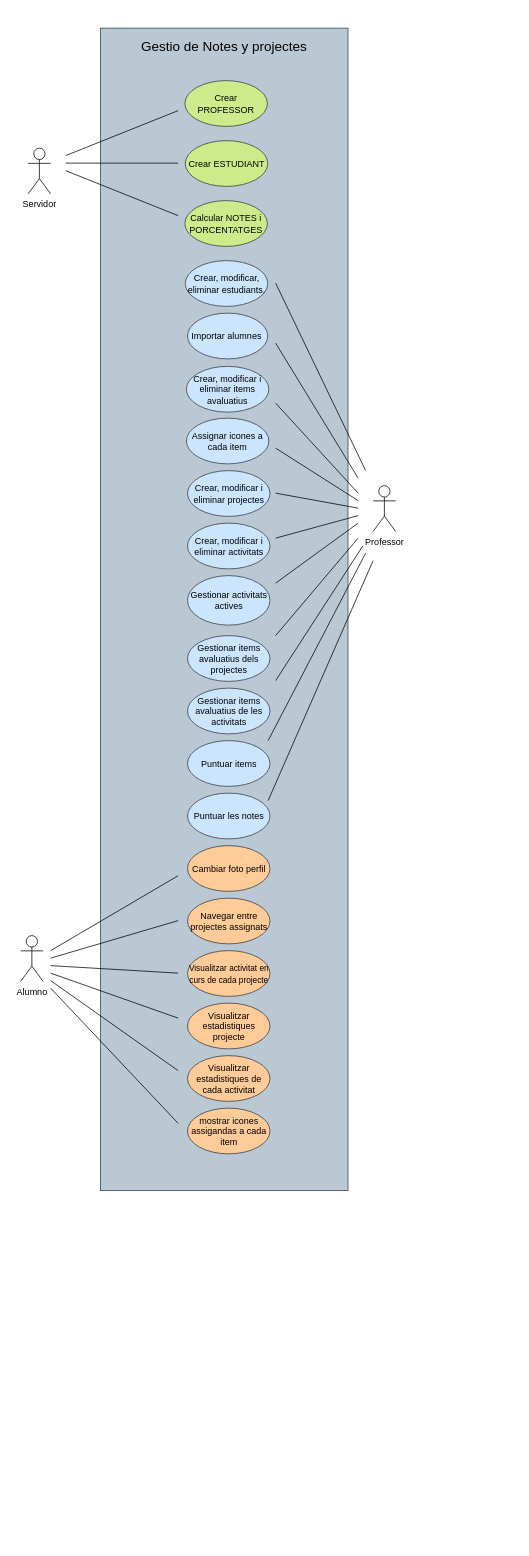
Earlier version of the draw.io diagram Micro02-UML.drawio (MiguelGallardoRevaliente/Micro02). Source tidied: cells renumbered, new cells numbered last; positions are measured from the earlier drawing's top-left corner, leaving out a move shared by most shapes. Both pictures are drawn from the tidied source at 75%, with x=0, y=0 at pixel (20, 28).
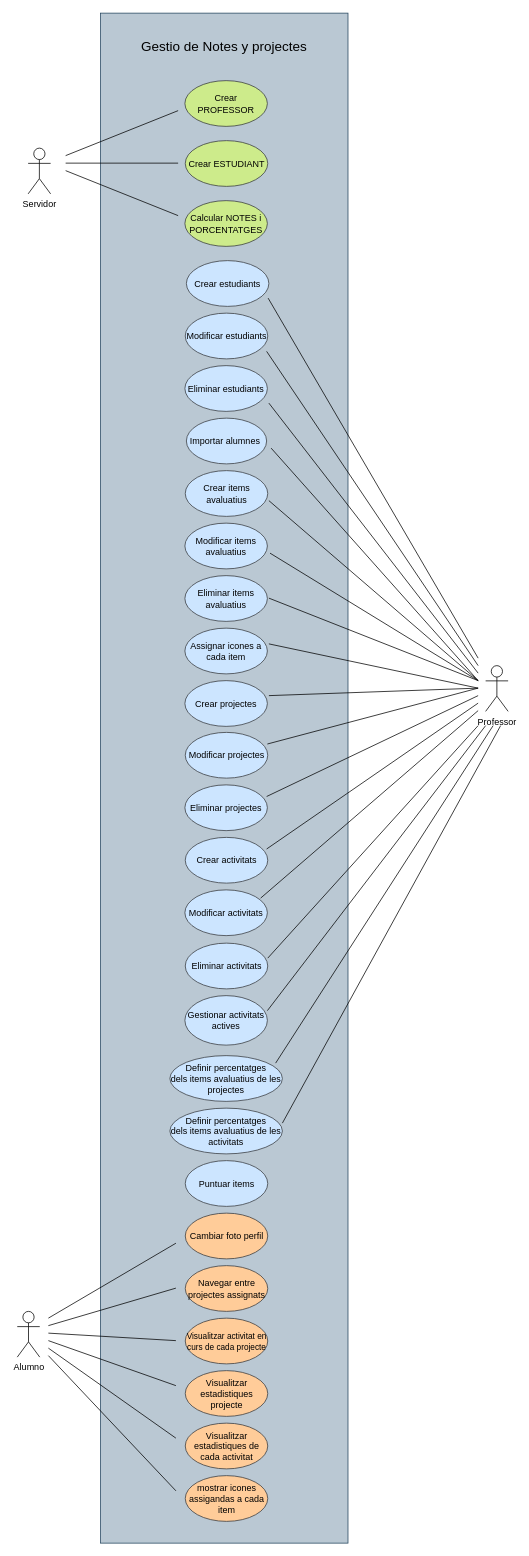
The same page after the edit.

Diff of the diagram source:
```diff
@@
     <mxCell id="2" style="rounded=0;whiteSpace=wrap;html=1;fillColor=#bac8d3;strokeColor=#23445d;" parent="1" vertex="1">
-      <mxGeometry x="106.5" width="330" height="1550" as="geometry" />
+      <mxGeometry x="106.5" y="-20" width="330" height="2040" as="geometry" />
     </mxCell>
     <mxCell id="3" value="Professor" style="shape=umlActor;verticalLabelPosition=bottom;verticalAlign=top;html=1;" parent="1" vertex="1">
-      <mxGeometry x="470" y="610" width="30" height="61" as="geometry" />
+      <mxGeometry x="620" y="850" width="30" height="61" as="geometry" />
     </mxCell>
     <mxCell id="4" value="Alumno" style="shape=umlActor;verticalLabelPosition=bottom;verticalAlign=top;html=1;" parent="1" vertex="1">
-      <mxGeometry y="1210" width="30" height="61" as="geometry" />
+      <mxGeometry x="-4.5" y="1711" width="30" height="61" as="geometry" />
     </mxCell>
@@
-    <mxCell id="6" value="Crear, modificar, eliminar estudiants." style="ellipse;whiteSpace=wrap;html=1;fillColor=#cce5ff;strokeColor=#36393d;" parent="1" vertex="1">
-      <mxGeometry x="219.5" y="310" width="110" height="61" as="geometry" />
-    </mxCell>
     <mxCell id="7" value="Importar alumnes&amp;nbsp;" style="ellipse;whiteSpace=wrap;html=1;fillColor=#cce5ff;strokeColor=#36393d;" parent="1" vertex="1">
-      <mxGeometry x="222.5" y="380" width="107" height="61" as="geometry" />
+      <mxGeometry x="221" y="520" width="107" height="61" as="geometry" />
     </mxCell>
-    <mxCell id="8" value="Crear, modificar i eliminar items avaluatius" style="ellipse;whiteSpace=wrap;html=1;fillColor=#cce5ff;strokeColor=#36393d;" parent="1" vertex="1">
-      <mxGeometry x="221" y="451" width="110" height="61" as="geometry" />
-    </mxCell>
     <mxCell id="9" value="Assignar icones a cada item" style="ellipse;whiteSpace=wrap;html=1;fillColor=#cce5ff;strokeColor=#36393d;" parent="1" vertex="1">
-      <mxGeometry x="221" y="520" width="110" height="61" as="geometry" />
+      <mxGeometry x="219" y="800" width="110" height="61" as="geometry" />
     </mxCell>
-    <mxCell id="10" value="Crear, modificar i eliminar projectes" style="ellipse;whiteSpace=wrap;html=1;fillColor=#cce5ff;strokeColor=#36393d;" parent="1" vertex="1">
-      <mxGeometry x="222.5" y="590" width="110" height="61" as="geometry" />
-    </mxCell>
-    <mxCell id="11" value="Crear, modificar i eliminar activitats" style="ellipse;whiteSpace=wrap;html=1;fillColor=#cce5ff;strokeColor=#36393d;" parent="1" vertex="1">
-      <mxGeometry x="222.5" y="660" width="110" height="61" as="geometry" />
-    </mxCell>
     <mxCell id="12" value="Gestionar activitats actives" style="ellipse;whiteSpace=wrap;html=1;fillColor=#cce5ff;strokeColor=#36393d;" parent="1" vertex="1">
-      <mxGeometry x="222.5" y="730" width="110" height="66" as="geometry" />
+      <mxGeometry x="219" y="1290" width="110" height="66" as="geometry" />
     </mxCell>
-    <mxCell id="13" value="Gestionar items avaluatius dels projectes" style="ellipse;whiteSpace=wrap;html=1;fillColor=#cce5ff;strokeColor=#36393d;" parent="1" vertex="1">
-      <mxGeometry x="222.5" y="810" width="110" height="61" as="geometry" />
+    <mxCell id="13" value="Definir percentatges dels&amp;nbsp;items avaluatius de les projectes" style="ellipse;whiteSpace=wrap;html=1;fillColor=#cce5ff;strokeColor=#36393d;" parent="1" vertex="1">
+      <mxGeometry x="199" y="1370" width="150" height="61" as="geometry" />
     </mxCell>
-    <mxCell id="14" value="Gestionar items avaluatius de les activitats" style="ellipse;whiteSpace=wrap;html=1;fillColor=#cce5ff;strokeColor=#36393d;" parent="1" vertex="1">
-      <mxGeometry x="222.5" y="880" width="110" height="61" as="geometry" />
+    <mxCell id="14" value="Definir percentatges dels&amp;nbsp;items avaluatius de les activitats" style="ellipse;whiteSpace=wrap;html=1;fillColor=#cce5ff;strokeColor=#36393d;" parent="1" vertex="1">
+      <mxGeometry x="199" y="1440" width="150" height="61" as="geometry" />
     </mxCell>
     <mxCell id="15" value="Puntuar items" style="ellipse;whiteSpace=wrap;html=1;fillColor=#cce5ff;strokeColor=#36393d;" parent="1" vertex="1">
-      <mxGeometry x="222.5" y="950" width="110" height="61" as="geometry" />
+      <mxGeometry x="219.5" y="1510" width="110" height="61" as="geometry" />
     </mxCell>
-    <mxCell id="16" value="Puntuar les notes" style="ellipse;whiteSpace=wrap;html=1;fillColor=#cce5ff;strokeColor=#36393d;" parent="1" vertex="1">
-      <mxGeometry x="222.5" y="1020" width="110" height="61" as="geometry" />
-    </mxCell>
     <mxCell id="17" value="Cambiar foto perfil" style="ellipse;whiteSpace=wrap;html=1;fillColor=#ffcc99;strokeColor=#36393d;" parent="1" vertex="1">
-      <mxGeometry x="222.5" y="1090" width="110" height="61" as="geometry" />
+      <mxGeometry x="219.5" y="1580" width="110" height="61" as="geometry" />
     </mxCell>
     <mxCell id="18" value="Navegar entre projectes assignats" style="ellipse;whiteSpace=wrap;html=1;fillColor=#ffcc99;strokeColor=#36393d;" parent="1" vertex="1">
-      <mxGeometry x="222.5" y="1160" width="110" height="61" as="geometry" />
+      <mxGeometry x="219.5" y="1650" width="110" height="61" as="geometry" />
     </mxCell>
     <mxCell id="19" value="&lt;font style=&quot;font-size: 11px;&quot;&gt;Visualitzar activitat en curs de cada projecte&lt;/font&gt;" style="ellipse;whiteSpace=wrap;html=1;fillColor=#ffcc99;strokeColor=#36393d;" parent="1" vertex="1">
-      <mxGeometry x="222.5" y="1230" width="110" height="61" as="geometry" />
+      <mxGeometry x="219.5" y="1720" width="110" height="61" as="geometry" />
     </mxCell>
     <mxCell id="20" value="Visualitzar estadistiques projecte" style="ellipse;whiteSpace=wrap;html=1;fillColor=#ffcc99;strokeColor=#36393d;" parent="1" vertex="1">
-      <mxGeometry x="222.5" y="1300" width="110" height="61" as="geometry" />
+      <mxGeometry x="219.5" y="1790" width="110" height="61" as="geometry" />
     </mxCell>
     <mxCell id="21" value="Visualitzar estadistiques de cada activitat" style="ellipse;whiteSpace=wrap;html=1;fillColor=#ffcc99;strokeColor=#36393d;" parent="1" vertex="1">
-      <mxGeometry x="222.5" y="1370" width="110" height="61" as="geometry" />
+      <mxGeometry x="219.5" y="1860" width="110" height="61" as="geometry" />
     </mxCell>
     <mxCell id="22" value="mostrar icones assigandas a cada item" style="ellipse;whiteSpace=wrap;html=1;fillColor=#ffcc99;strokeColor=#36393d;" parent="1" vertex="1">
-      <mxGeometry x="222.5" y="1440" width="110" height="61" as="geometry" />
+      <mxGeometry x="219.5" y="1930" width="110" height="61" as="geometry" />
     </mxCell>
     <mxCell id="23" style="endArrow=none;html=1;rounded=0;entryX=0.344;entryY=0.693;entryDx=0;entryDy=0;entryPerimeter=0;" parent="1" edge="1">
       <mxGeometry relative="1" as="geometry">
-        <mxPoint x="40" y="1230" as="sourcePoint" />
-        <mxPoint x="210.1" y="1130.1" as="targetPoint" />
+        <mxPoint x="37" y="1720" as="sourcePoint" />
+        <mxPoint x="207.1" y="1620.1" as="targetPoint" />
       </mxGeometry>
     </mxCell>
     <mxCell id="24" style="endArrow=none;html=1;rounded=0;" parent="1" edge="1">
       <mxGeometry relative="1" as="geometry">
-        <mxPoint x="40" y="1240" as="sourcePoint" />
-        <mxPoint x="210" y="1190" as="targetPoint" />
+        <mxPoint x="37" y="1730" as="sourcePoint" />
+        <mxPoint x="207" y="1680" as="targetPoint" />
       </mxGeometry>
     </mxCell>
     <mxCell id="25" style="endArrow=none;html=1;rounded=0;" parent="1" edge="1">
       <mxGeometry relative="1" as="geometry">
-        <mxPoint x="40" y="1250" as="sourcePoint" />
-        <mxPoint x="210" y="1260" as="targetPoint" />
+        <mxPoint x="37" y="1740" as="sourcePoint" />
+        <mxPoint x="207" y="1750" as="targetPoint" />
       </mxGeometry>
     </mxCell>
     <mxCell id="26" style="endArrow=none;html=1;rounded=0;" parent="1" edge="1">
       <mxGeometry relative="1" as="geometry">
-        <mxPoint x="210" y="1320" as="sourcePoint" />
-        <mxPoint x="40" y="1260" as="targetPoint" />
+        <mxPoint x="207" y="1810" as="sourcePoint" />
+        <mxPoint x="37" y="1750" as="targetPoint" />
       </mxGeometry>
     </mxCell>
     <mxCell id="27" style="endArrow=none;html=1;rounded=0;" parent="1" edge="1">
       <mxGeometry relative="1" as="geometry">
-        <mxPoint x="40" y="1270" as="sourcePoint" />
-        <mxPoint x="210" y="1390" as="targetPoint" />
+        <mxPoint x="37" y="1760" as="sourcePoint" />
+        <mxPoint x="207" y="1880" as="targetPoint" />
       </mxGeometry>
     </mxCell>
     <mxCell id="28" style="endArrow=none;html=1;rounded=0;exitX=0.344;exitY=0.953;exitDx=0;exitDy=0;exitPerimeter=0;" parent="1" edge="1">
       <mxGeometry relative="1" as="geometry">
-        <mxPoint x="210.1" y="1460.3" as="sourcePoint" />
-        <mxPoint x="40" y="1280" as="targetPoint" />
+        <mxPoint x="207.1" y="1950.3" as="sourcePoint" />
+        <mxPoint x="37" y="1770" as="targetPoint" />
       </mxGeometry>
     </mxCell>
     <mxCell id="29" style="endArrow=none;html=1;rounded=0;" parent="1" edge="1">
       <mxGeometry relative="1" as="geometry">
-        <mxPoint x="340" y="340" as="sourcePoint" />
-        <mxPoint x="460" y="590" as="targetPoint" />
+        <mxPoint x="330" y="360" as="sourcePoint" />
+        <mxPoint x="610" y="840" as="targetPoint" />
       </mxGeometry>
     </mxCell>
     <mxCell id="30" style="endArrow=none;html=1;rounded=0;" parent="1" edge="1">
       <mxGeometry relative="1" as="geometry">
-        <mxPoint x="340" y="420" as="sourcePoint" />
-        <mxPoint x="450" y="600" as="targetPoint" />
+        <mxPoint x="331" y="500" as="sourcePoint" />
+        <mxPoint x="610" y="860" as="targetPoint" />
       </mxGeometry>
     </mxCell>
     <mxCell id="31" style="endArrow=none;html=1;rounded=0;" parent="1" edge="1">
       <mxGeometry relative="1" as="geometry">
-        <mxPoint x="340" y="500" as="sourcePoint" />
-        <mxPoint x="450" y="620" as="targetPoint" />
+        <mxPoint x="334" y="560" as="sourcePoint" />
+        <mxPoint x="610" y="870" as="targetPoint" />
       </mxGeometry>
     </mxCell>
     <mxCell id="32" style="endArrow=none;html=1;rounded=0;" parent="1" edge="1">
       <mxGeometry relative="1" as="geometry">
-        <mxPoint x="340" y="560" as="sourcePoint" />
-        <mxPoint x="450" y="630" as="targetPoint" />
+        <mxPoint x="331" y="630" as="sourcePoint" />
+        <mxPoint x="610" y="870" as="targetPoint" />
       </mxGeometry>
     </mxCell>
     <mxCell id="33" style="endArrow=none;html=1;rounded=0;" parent="1" edge="1">
       <mxGeometry relative="1" as="geometry">
-        <mxPoint x="340" y="620" as="sourcePoint" />
-        <mxPoint x="450" y="640" as="targetPoint" />
+        <mxPoint x="332.5" y="700" as="sourcePoint" />
+        <mxPoint x="610" y="870" as="targetPoint" />
       </mxGeometry>
     </mxCell>
     <mxCell id="34" style="endArrow=none;html=1;rounded=0;" parent="1" edge="1">
       <mxGeometry relative="1" as="geometry">
-        <mxPoint x="340" y="680" as="sourcePoint" />
-        <mxPoint x="450" y="650" as="targetPoint" />
+        <mxPoint x="331" y="821" as="sourcePoint" />
+        <mxPoint x="610" y="880" as="targetPoint" />
       </mxGeometry>
     </mxCell>
     <mxCell id="35" style="endArrow=none;html=1;rounded=0;" parent="1" edge="1">
       <mxGeometry relative="1" as="geometry">
-        <mxPoint x="340" y="740" as="sourcePoint" />
-        <mxPoint x="450" y="660" as="targetPoint" />
+        <mxPoint x="331" y="890" as="sourcePoint" />
+        <mxPoint x="610" y="880" as="targetPoint" />
       </mxGeometry>
     </mxCell>
     <mxCell id="36" style="endArrow=none;html=1;rounded=0;" parent="1" edge="1">
       <mxGeometry relative="1" as="geometry">
-        <mxPoint x="340" y="810" as="sourcePoint" />
-        <mxPoint x="450" y="680" as="targetPoint" />
+        <mxPoint x="329.5" y="1240" as="sourcePoint" />
+        <mxPoint x="610" y="930" as="targetPoint" />
       </mxGeometry>
     </mxCell>
     <mxCell id="37" style="endArrow=none;html=1;rounded=0;" parent="1" edge="1">
       <mxGeometry relative="1" as="geometry">
-        <mxPoint x="340" y="870" as="sourcePoint" />
-        <mxPoint x="456.5" y="690" as="targetPoint" />
+        <mxPoint x="340" y="1380" as="sourcePoint" />
+        <mxPoint x="630" y="930" as="targetPoint" />
       </mxGeometry>
     </mxCell>
     <mxCell id="38" style="endArrow=none;html=1;rounded=0;" parent="1" edge="1">
       <mxGeometry relative="1" as="geometry">
-        <mxPoint x="330" y="950" as="sourcePoint" />
-        <mxPoint x="460" y="700" as="targetPoint" />
+        <mxPoint x="349" y="1460" as="sourcePoint" />
+        <mxPoint x="640" y="930" as="targetPoint" />
       </mxGeometry>
     </mxCell>
-    <mxCell id="39" style="endArrow=none;html=1;rounded=0;" parent="1" edge="1">
-      <mxGeometry relative="1" as="geometry">
-        <mxPoint x="330" y="1030" as="sourcePoint" />
-        <mxPoint x="470" y="710" as="targetPoint" />
-      </mxGeometry>
-    </mxCell>
@@
+    <mxCell id="47" value="Crear estudiants" style="ellipse;whiteSpace=wrap;html=1;fillColor=#cce5ff;strokeColor=#36393d;" parent="1" vertex="1">
+      <mxGeometry x="221" y="310" width="110" height="61" as="geometry" />
+    </mxCell>
+    <mxCell id="48" value="Modificar&amp;nbsp;estudiants" style="ellipse;whiteSpace=wrap;html=1;fillColor=#cce5ff;strokeColor=#36393d;" parent="1" vertex="1">
+      <mxGeometry x="219.5" y="380" width="110" height="61" as="geometry" />
+    </mxCell>
+    <mxCell id="49" value="Eliminar estudiants" style="ellipse;whiteSpace=wrap;html=1;fillColor=#cce5ff;strokeColor=#36393d;" parent="1" vertex="1">
+      <mxGeometry x="219" y="450" width="110" height="61" as="geometry" />
+    </mxCell>
+    <mxCell id="50" value="Crear items avaluatius" style="ellipse;whiteSpace=wrap;html=1;fillColor=#cce5ff;strokeColor=#36393d;" parent="1" vertex="1">
+      <mxGeometry x="219.5" y="590" width="110" height="61" as="geometry" />
+    </mxCell>
+    <mxCell id="51" value="Modificar items avaluatius" style="ellipse;whiteSpace=wrap;html=1;fillColor=#cce5ff;strokeColor=#36393d;" parent="1" vertex="1">
+      <mxGeometry x="219" y="660" width="110" height="61" as="geometry" />
+    </mxCell>
+    <mxCell id="52" value="Eliminar items avaluatius" style="ellipse;whiteSpace=wrap;html=1;fillColor=#cce5ff;strokeColor=#36393d;" parent="1" vertex="1">
+      <mxGeometry x="219" y="730" width="110" height="61" as="geometry" />
+    </mxCell>
+    <mxCell id="53" value="Crear projectes" style="ellipse;whiteSpace=wrap;html=1;fillColor=#cce5ff;strokeColor=#36393d;" parent="1" vertex="1">
+      <mxGeometry x="219" y="870" width="110" height="61" as="geometry" />
+    </mxCell>
+    <mxCell id="54" value="Modificar projectes" style="ellipse;whiteSpace=wrap;html=1;fillColor=#cce5ff;strokeColor=#36393d;" parent="1" vertex="1">
+      <mxGeometry x="219.5" y="939" width="110" height="61" as="geometry" />
+    </mxCell>
+    <mxCell id="55" value="Eliminar projectes" style="ellipse;whiteSpace=wrap;html=1;fillColor=#cce5ff;strokeColor=#36393d;" parent="1" vertex="1">
+      <mxGeometry x="219" y="1009" width="110" height="61" as="geometry" />
+    </mxCell>
+    <mxCell id="56" value="Crear activitats" style="ellipse;whiteSpace=wrap;html=1;fillColor=#cce5ff;strokeColor=#36393d;" parent="1" vertex="1">
+      <mxGeometry x="219.5" y="1079" width="110" height="61" as="geometry" />
+    </mxCell>
+    <mxCell id="57" value="Modificar activitats" style="ellipse;whiteSpace=wrap;html=1;fillColor=#cce5ff;strokeColor=#36393d;" parent="1" vertex="1">
+      <mxGeometry x="219" y="1149" width="110" height="61" as="geometry" />
+    </mxCell>
+    <mxCell id="58" value="Eliminar activitats" style="ellipse;whiteSpace=wrap;html=1;fillColor=#cce5ff;strokeColor=#36393d;" parent="1" vertex="1">
+      <mxGeometry x="219.5" y="1220" width="110" height="61" as="geometry" />
+    </mxCell>
+    <mxCell id="59" style="endArrow=none;html=1;rounded=0;" parent="1" edge="1">
+      <mxGeometry relative="1" as="geometry">
+        <mxPoint x="328" y="431" as="sourcePoint" />
+        <mxPoint x="610" y="850" as="targetPoint" />
+      </mxGeometry>
+    </mxCell>
+    <mxCell id="60" style="endArrow=none;html=1;rounded=0;" parent="1" edge="1">
+      <mxGeometry relative="1" as="geometry">
+        <mxPoint x="331" y="760" as="sourcePoint" />
+        <mxPoint x="610" y="870" as="targetPoint" />
+      </mxGeometry>
+    </mxCell>
+    <mxCell id="61" style="endArrow=none;html=1;rounded=0;" parent="1" edge="1">
+      <mxGeometry relative="1" as="geometry">
+        <mxPoint x="329" y="1310" as="sourcePoint" />
+        <mxPoint x="620" y="930" as="targetPoint" />
+      </mxGeometry>
+    </mxCell>
+    <mxCell id="62" style="endArrow=none;html=1;rounded=0;" parent="1" edge="1">
+      <mxGeometry relative="1" as="geometry">
+        <mxPoint x="320" y="1160" as="sourcePoint" />
+        <mxPoint x="610" y="910" as="targetPoint" />
+      </mxGeometry>
+    </mxCell>
+    <mxCell id="63" style="endArrow=none;html=1;rounded=0;" parent="1" edge="1">
+      <mxGeometry relative="1" as="geometry">
+        <mxPoint x="328" y="1094.5" as="sourcePoint" />
+        <mxPoint x="610" y="900" as="targetPoint" />
+      </mxGeometry>
+    </mxCell>
+    <mxCell id="64" style="endArrow=none;html=1;rounded=0;" parent="1" edge="1">
+      <mxGeometry relative="1" as="geometry">
+        <mxPoint x="328" y="1024.5" as="sourcePoint" />
+        <mxPoint x="610" y="890" as="targetPoint" />
+      </mxGeometry>
+    </mxCell>
+    <mxCell id="65" style="endArrow=none;html=1;rounded=0;" parent="1" edge="1">
+      <mxGeometry relative="1" as="geometry">
+        <mxPoint x="329" y="954.5" as="sourcePoint" />
+        <mxPoint x="610" y="880" as="targetPoint" />
+      </mxGeometry>
+    </mxCell>
```
